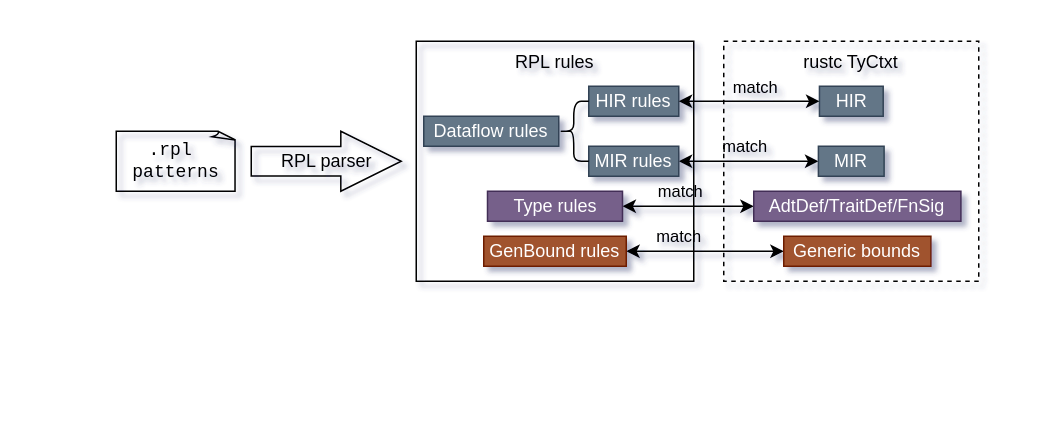
stuuupidcat/RPL keeps this draw.io diagram as page "rpl" (2 of 3) of docs/design-docs/design.drawio. Above is the earlier version. Source tidied: cells renumbered, new cells numbered last; positions are measured from the earlier drawing's top-left corner, leaving out a move shared by most shapes. Both pictures are drawn from the tidied source at 150%, with x=0, y=0 at pixel (116, 40).
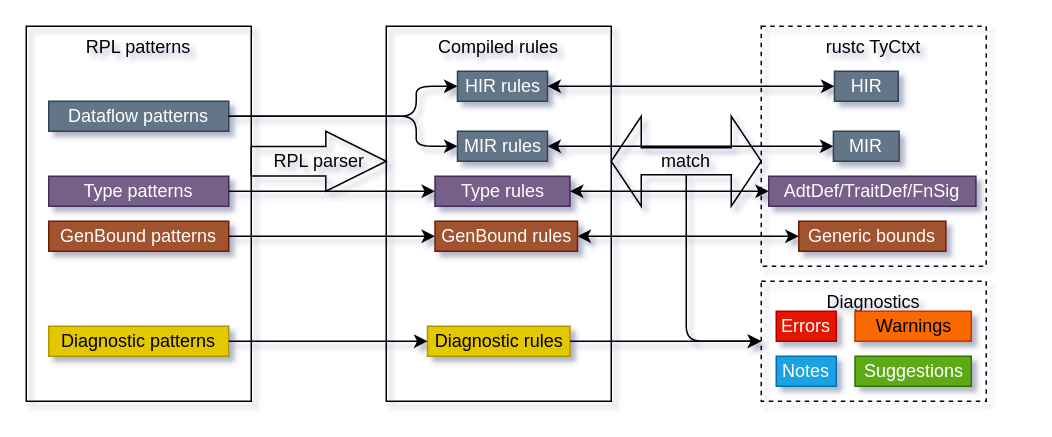
Above is the later version.

Change to the diagram source:
```diff
@@
+    <mxCell id="6" style="edgeStyle=orthogonalEdgeStyle;html=1;fontColor=default;startArrow=classic;startFill=1;labelBackgroundColor=none;" parent="1" edge="1" source="7" target="17">
+      <mxGeometry x="-0.14" y="10" relative="1" as="geometry" />
+    </mxCell>
+    <mxCell id="8" style="edgeStyle=orthogonalEdgeStyle;html=1;fontColor=default;startArrow=classic;startFill=1;labelBackgroundColor=none;" parent="1" edge="1" source="9" target="18">
+      <mxGeometry x="-0.33" y="10" relative="1" as="geometry" />
+    </mxCell>
+    <mxCell id="11" style="edgeStyle=orthogonalEdgeStyle;html=1;entryX=0;entryY=0.5;entryDx=0;entryDy=0;fontColor=default;startArrow=classic;startFill=1;labelBackgroundColor=none;" parent="1" edge="1" source="12" target="15">
+      <mxGeometry x="-0.05" y="10" relative="1" as="geometry" />
+    </mxCell>
+    <mxCell id="14" value="RPL parser" style="html=1;shadow=0;dashed=0;align=center;verticalAlign=middle;shape=mxgraph.arrows2.arrow;dy=0.51;dx=40.29;notch=0;rounded=1;glass=0;sketch=0;fontColor=default;fillColor=none;" parent="1" vertex="1">
+      <mxGeometry x="90" y="60" width="90" height="40" as="geometry" />
+    </mxCell>
+    <mxCell id="19" style="endArrow=classic;startArrow=classic;html=1;fontColor=default;entryX=0;entryY=0.5;entryDx=0;entryDy=0;exitX=1;exitY=0.5;exitDx=0;exitDy=0;" parent="1" edge="1" source="10" target="16">
+      <mxGeometry relative="1" as="geometry" />
+    </mxCell>
+    <mxCell id="21" style="group;" parent="1" vertex="1">
+      <mxGeometry x="-60" y="-10" width="150" height="250" as="geometry" />
+    </mxCell>
+    <mxCell id="22" value="RPL patterns" style="whiteSpace=wrap;html=1;verticalAlign=top;fillColor=none;" parent="21" vertex="1">
+      <mxGeometry width="150" height="250" as="geometry" />
+    </mxCell>
+    <mxCell id="23" value="Dataflow patterns" style="rounded=0;whiteSpace=wrap;html=1;labelBackgroundColor=none;fillColor=#647687;fontColor=#ffffff;strokeColor=#314354;" parent="21" vertex="1">
+      <mxGeometry x="15" y="50" width="120" height="20" as="geometry" />
+    </mxCell>
+    <mxCell id="24" value="Type patterns" style="rounded=0;whiteSpace=wrap;html=1;labelBackgroundColor=none;fillColor=#76608a;fontColor=#ffffff;strokeColor=#432D57;" parent="21" vertex="1">
+      <mxGeometry x="15" y="100" width="120" height="20" as="geometry" />
+    </mxCell>
+    <mxCell id="25" value="GenBound patterns" style="rounded=0;whiteSpace=wrap;html=1;labelBackgroundColor=none;fillColor=#a0522d;fontColor=#ffffff;strokeColor=#6D1F00;" parent="21" vertex="1">
+      <mxGeometry x="15" y="130" width="120" height="20" as="geometry" />
+    </mxCell>
+    <mxCell id="26" value="Diagnostic patterns" style="rounded=0;whiteSpace=wrap;html=1;labelBackgroundColor=none;fillColor=#e3c800;fontColor=#000000;strokeColor=#B09500;" parent="21" vertex="1">
+      <mxGeometry x="15" y="200" width="120" height="20" as="geometry" />
+    </mxCell>
+    <mxCell id="27" style="edgeStyle=orthogonalEdgeStyle;html=1;labelBackgroundColor=default;startArrow=none;startFill=0;endArrow=classic;endFill=1;" parent="1" edge="1" source="23" target="10">
+      <mxGeometry relative="1" as="geometry">
+        <Array as="points">
+          <mxPoint x="200" y="50" />
+          <mxPoint x="200" y="30" />
+        </Array>
+      </mxGeometry>
+    </mxCell>
+    <mxCell id="28" style="edgeStyle=orthogonalEdgeStyle;html=1;labelBackgroundColor=default;startArrow=none;startFill=0;endArrow=classic;endFill=1;" parent="1" edge="1" source="24" target="7">
+      <mxGeometry relative="1" as="geometry" />
+    </mxCell>
+    <mxCell id="29" style="edgeStyle=orthogonalEdgeStyle;html=1;labelBackgroundColor=default;startArrow=none;startFill=0;endArrow=classic;endFill=1;" parent="1" edge="1" source="25" target="9">
+      <mxGeometry relative="1" as="geometry" />
+    </mxCell>
+    <mxCell id="30" style="group;" parent="1" vertex="1">
+      <mxGeometry x="430" y="-10" width="170" height="160" as="geometry" />
+    </mxCell>
-    <mxCell id="2" value="rustc TyCtxt" style="whiteSpace=wrap;html=1;verticalAlign=top;fillColor=none;dashed=1;" parent="1" vertex="1">
-      <mxGeometry x="405" width="170" height="160" as="geometry" />
+    <mxCell id="2" value="rustc TyCtxt" style="whiteSpace=wrap;html=1;verticalAlign=top;fillColor=none;dashed=1;" parent="30" vertex="1">
+      <mxGeometry width="150" height="160" as="geometry" />
     </mxCell>
-    <mxCell id="3" value="&lt;pre&gt;.rpl &lt;br/&gt;patterns&lt;/pre&gt;" style="whiteSpace=wrap;html=1;shape=mxgraph.basic.document;fillColor=none;" parent="1" vertex="1">
-      <mxGeometry y="60" width="80" height="40" as="geometry" />
-    </mxCell>
-    <mxCell id="4" value="RPL rules" style="whiteSpace=wrap;html=1;verticalAlign=top;fillColor=none;" parent="1" vertex="1">
-      <mxGeometry x="200" width="185" height="160" as="geometry" />
-    </mxCell>
-    <mxCell id="5" value="Dataflow rules" style="whiteSpace=wrap;html=1;fillColor=#647687;strokeColor=#314354;fontColor=#ffffff;" parent="1" vertex="1">
-      <mxGeometry x="205" y="50" width="90" height="20" as="geometry" />
-    </mxCell>
-    <mxCell id="6" value="match" style="edgeStyle=orthogonalEdgeStyle;html=1;fontColor=default;startArrow=classic;startFill=1;labelBackgroundColor=none;" parent="1" edge="1" source="7" target="17">
-      <mxGeometry x="-0.14" y="10" relative="1" as="geometry" />
-    </mxCell>
-    <mxCell id="7" value="Type rules" style="whiteSpace=wrap;html=1;fillColor=#76608a;fontColor=#ffffff;strokeColor=#432D57;" parent="1" vertex="1">
-      <mxGeometry x="247.5" y="100" width="90" height="20" as="geometry" />
-    </mxCell>
-    <mxCell id="8" value="match" style="edgeStyle=orthogonalEdgeStyle;html=1;fontColor=default;startArrow=classic;startFill=1;labelBackgroundColor=none;" parent="1" edge="1" source="9" target="18">
-      <mxGeometry x="-0.33" y="10" relative="1" as="geometry" />
-    </mxCell>
-    <mxCell id="9" value="GenBound rules" style="whiteSpace=wrap;html=1;fillColor=#a0522d;fontColor=#ffffff;strokeColor=#6D1F00;" parent="1" vertex="1">
-      <mxGeometry x="245" y="130" width="95" height="20" as="geometry" />
-    </mxCell>
-    <mxCell id="10" value="HIR rules" style="whiteSpace=wrap;html=1;fillColor=#647687;strokeColor=#314354;fontColor=#ffffff;" parent="1" vertex="1">
-      <mxGeometry x="315" y="30" width="60" height="20" as="geometry" />
-    </mxCell>
-    <mxCell id="11" value="match" style="edgeStyle=orthogonalEdgeStyle;html=1;entryX=0;entryY=0.5;entryDx=0;entryDy=0;fontColor=default;startArrow=classic;startFill=1;labelBackgroundColor=none;" parent="1" edge="1" source="12" target="15">
-      <mxGeometry x="-0.05" y="10" relative="1" as="geometry" />
-    </mxCell>
-    <mxCell id="12" value="MIR rules" style="whiteSpace=wrap;html=1;fillColor=#647687;strokeColor=#314354;fontColor=#ffffff;" parent="1" vertex="1">
-      <mxGeometry x="315" y="70" width="60" height="20" as="geometry" />
-    </mxCell>
-    <mxCell id="13" style="shape=curlyBracket;whiteSpace=wrap;html=1;rounded=1;labelPosition=left;verticalLabelPosition=middle;align=right;verticalAlign=middle;shadow=0;glass=0;sketch=0;fontColor=default;fillColor=none;" parent="1" vertex="1">
-      <mxGeometry x="295" y="40" width="20" height="40" as="geometry" />
-    </mxCell>
-    <mxCell id="14" value="RPL parser" style="html=1;shadow=0;dashed=0;align=center;verticalAlign=middle;shape=mxgraph.arrows2.arrow;dy=0.51;dx=40.29;notch=0;rounded=1;glass=0;sketch=0;fontColor=default;fillColor=none;" parent="1" vertex="1">
-      <mxGeometry x="90" y="60" width="100" height="40" as="geometry" />
-    </mxCell>
-    <mxCell id="15" value="MIR" style="whiteSpace=wrap;html=1;fillColor=#647687;fontColor=#ffffff;strokeColor=#314354;" parent="1" vertex="1">
-      <mxGeometry x="468.1" y="70" width="43.8" height="20" as="geometry" />
+    <mxCell id="15" value="MIR" style="whiteSpace=wrap;html=1;fillColor=#647687;fontColor=#ffffff;strokeColor=#314354;" parent="30" vertex="1">
+      <mxGeometry x="48.1" y="70" width="43.8" height="20" as="geometry" />
     </mxCell>
-    <mxCell id="16" value="HIR" style="whiteSpace=wrap;html=1;fillColor=#647687;fontColor=#ffffff;strokeColor=#314354;" parent="1" vertex="1">
-      <mxGeometry x="468.8" y="30" width="42.5" height="20" as="geometry" />
+    <mxCell id="16" value="HIR" style="whiteSpace=wrap;html=1;fillColor=#647687;fontColor=#ffffff;strokeColor=#314354;" parent="30" vertex="1">
+      <mxGeometry x="48.8" y="30" width="42.5" height="20" as="geometry" />
     </mxCell>
-    <mxCell id="17" value="AdtDef/TraitDef/FnSig" style="whiteSpace=wrap;html=1;fillColor=#76608a;fontColor=#ffffff;strokeColor=#432D57;" parent="1" vertex="1">
-      <mxGeometry x="425" y="100" width="138.1" height="20" as="geometry" />
+    <mxCell id="17" value="AdtDef/TraitDef/FnSig" style="whiteSpace=wrap;html=1;fillColor=#76608a;fontColor=#ffffff;strokeColor=#432D57;" parent="30" vertex="1">
+      <mxGeometry x="5" y="100" width="138.1" height="20" as="geometry" />
     </mxCell>
-    <mxCell id="18" value="Generic bounds" style="whiteSpace=wrap;html=1;fillColor=#a0522d;fontColor=#ffffff;strokeColor=#6D1F00;" parent="1" vertex="1">
-      <mxGeometry x="445" y="130" width="98.1" height="20" as="geometry" />
+    <mxCell id="18" value="Generic bounds" style="whiteSpace=wrap;html=1;fillColor=#a0522d;fontColor=#ffffff;strokeColor=#6D1F00;" parent="30" vertex="1">
+      <mxGeometry x="25" y="130" width="98.1" height="20" as="geometry" />
     </mxCell>
-    <mxCell id="19" style="endArrow=classic;startArrow=classic;html=1;fontColor=default;entryX=0;entryY=0.5;entryDx=0;entryDy=0;exitX=1;exitY=0.5;exitDx=0;exitDy=0;" parent="1" edge="1" source="10" target="16">
-      <mxGeometry relative="1" as="geometry" />
-    </mxCell>
+    <mxCell id="31" style="edgeStyle=orthogonalEdgeStyle;html=1;labelBackgroundColor=default;startArrow=none;startFill=0;endArrow=classic;endFill=1;" parent="1" edge="1" source="23" target="12">
+      <mxGeometry relative="1" as="geometry">
+        <Array as="points">
+          <mxPoint x="200" y="50" />
+          <mxPoint x="200" y="70" />
+        </Array>
+      </mxGeometry>
+    </mxCell>
+    <mxCell id="32" style="group;" parent="1" vertex="1">
+      <mxGeometry x="180" y="-10" width="150" height="250" as="geometry" />
+    </mxCell>
+    <mxCell id="4" value="Compiled rules" style="whiteSpace=wrap;html=1;verticalAlign=top;fillColor=none;" parent="32" vertex="1">
+      <mxGeometry width="150" height="250" as="geometry" />
+    </mxCell>
+    <mxCell id="7" value="Type rules" style="whiteSpace=wrap;html=1;fillColor=#76608a;fontColor=#ffffff;strokeColor=#432D57;" parent="32" vertex="1">
+      <mxGeometry x="32.5" y="100" width="90" height="20" as="geometry" />
+    </mxCell>
+    <mxCell id="9" value="GenBound rules" style="whiteSpace=wrap;html=1;fillColor=#a0522d;fontColor=#ffffff;strokeColor=#6D1F00;" parent="32" vertex="1">
+      <mxGeometry x="32.5" y="130" width="95" height="20" as="geometry" />
+    </mxCell>
+    <mxCell id="10" value="HIR rules" style="whiteSpace=wrap;html=1;fillColor=#647687;strokeColor=#314354;fontColor=#ffffff;" parent="32" vertex="1">
+      <mxGeometry x="47.5" y="30" width="60" height="20" as="geometry" />
+    </mxCell>
+    <mxCell id="12" value="MIR rules" style="whiteSpace=wrap;html=1;fillColor=#647687;strokeColor=#314354;fontColor=#ffffff;" parent="32" vertex="1">
+      <mxGeometry x="47.5" y="70" width="60" height="20" as="geometry" />
+    </mxCell>
+    <mxCell id="33" value="Diagnostic rules" style="whiteSpace=wrap;html=1;fillColor=#e3c800;fontColor=#000000;strokeColor=#B09500;" parent="32" vertex="1">
+      <mxGeometry x="27.5" y="200" width="95" height="20" as="geometry" />
+    </mxCell>
+    <mxCell id="34" style="edgeStyle=orthogonalEdgeStyle;html=1;exitX=0;exitY=0;exitDx=50;exitDy=39;exitPerimeter=0;entryX=0;entryY=0.5;entryDx=0;entryDy=0;" parent="1" edge="1" source="20" target="38">
+      <mxGeometry relative="1" as="geometry" />
+    </mxCell>
-    <mxCell id="20" value="match" style="edgeLabel;html=1;align=center;verticalAlign=middle;points=[];fontColor=default;labelBackgroundColor=none;" parent="19" vertex="1">
-      <mxGeometry x="0.29" y="-2" relative="1" as="geometry">
-        <mxPoint x="-11" y="-12" as="offset" />
-      </mxGeometry>
+    <mxCell id="20" value="match" style="shape=doubleArrow;whiteSpace=wrap;html=1;labelBackgroundColor=none;fillColor=none;" parent="1" vertex="1">
+      <mxGeometry x="330" y="50" width="100" height="60" as="geometry" />
     </mxCell>
+    <mxCell id="35" style="edgeStyle=none;html=1;" parent="1" edge="1" source="26" target="33">
+      <mxGeometry relative="1" as="geometry" />
+    </mxCell>
+    <mxCell id="36" style="edgeStyle=none;html=1;entryX=0;entryY=0.5;entryDx=0;entryDy=0;" parent="1" edge="1" source="33" target="38">
+      <mxGeometry relative="1" as="geometry" />
+    </mxCell>
+    <mxCell id="37" style="group;" parent="1" vertex="1">
+      <mxGeometry x="430" y="160" width="150" height="80" as="geometry" />
+    </mxCell>
+    <mxCell id="38" value="Diagnostics" style="whiteSpace=wrap;html=1;verticalAlign=top;fillColor=none;dashed=1;" parent="37" vertex="1">
+      <mxGeometry width="150" height="80" as="geometry" />
+    </mxCell>
+    <mxCell id="39" value="Errors" style="rounded=0;whiteSpace=wrap;html=1;fillColor=#e51400;fontColor=#ffffff;strokeColor=#B20000;" parent="37" vertex="1">
+      <mxGeometry x="10" y="20" width="40" height="20" as="geometry" />
+    </mxCell>
+    <mxCell id="40" value="Warnings" style="rounded=0;whiteSpace=wrap;html=1;fillColor=#fa6800;fontColor=#000000;strokeColor=#C73500;" parent="37" vertex="1">
+      <mxGeometry x="62.5" y="20" width="77.5" height="20" as="geometry" />
+    </mxCell>
+    <mxCell id="41" value="Notes" style="rounded=0;whiteSpace=wrap;html=1;fillColor=#1ba1e2;fontColor=#ffffff;strokeColor=#006EAF;" parent="37" vertex="1">
+      <mxGeometry x="10" y="50" width="40" height="20" as="geometry" />
+    </mxCell>
+    <mxCell id="42" value="Suggestions" style="rounded=0;whiteSpace=wrap;html=1;fillColor=#60a917;fontColor=#ffffff;strokeColor=#2D7600;" parent="37" vertex="1">
+      <mxGeometry x="62.5" y="50" width="77.5" height="20" as="geometry" />
+    </mxCell>
```
